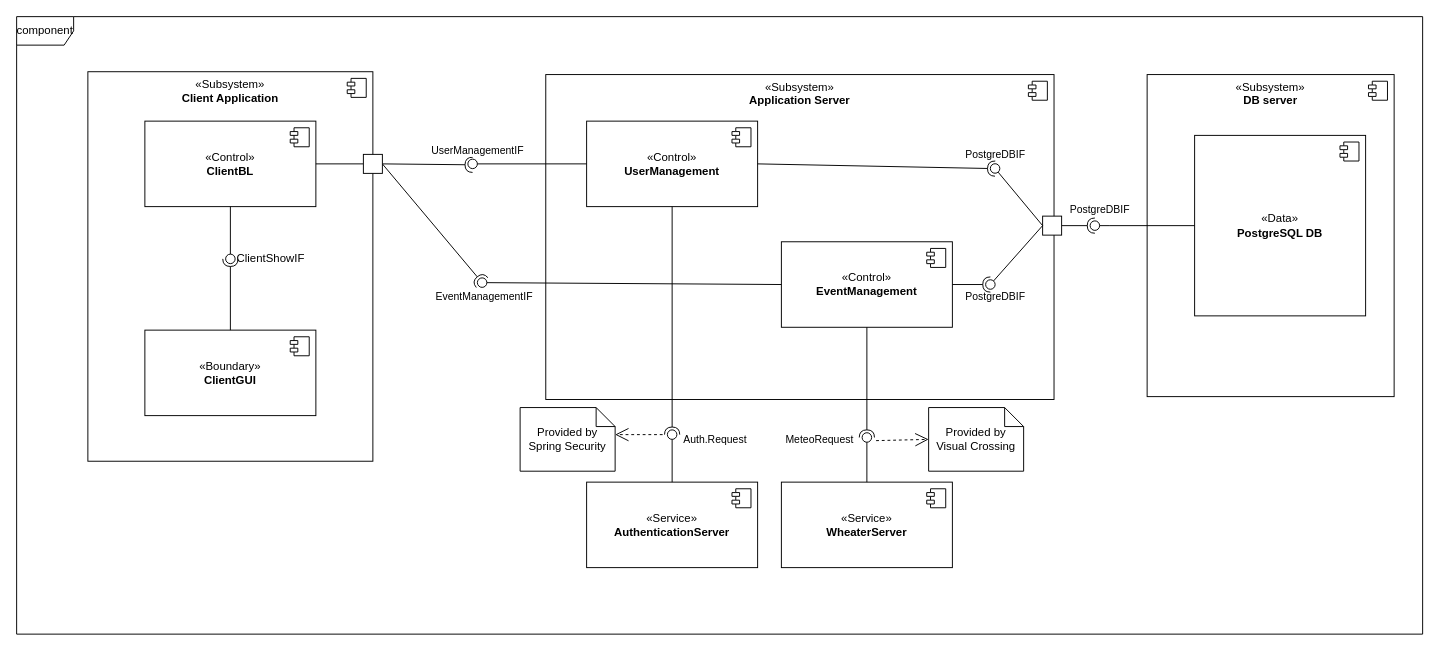
The draw.io diagram Documentazione/Iterazione 1/diagrammi/Component.drawio in sabrin99m/Progetto-PAC-2023-24, before the edit. Source tidied: cells renumbered, new cells numbered last; positions are measured from the earlier drawing's top-left corner, leaving out a move shared by most shapes. Both pictures are drawn from the tidied source at 95%, with x=0, y=0 at pixel (16, 16).
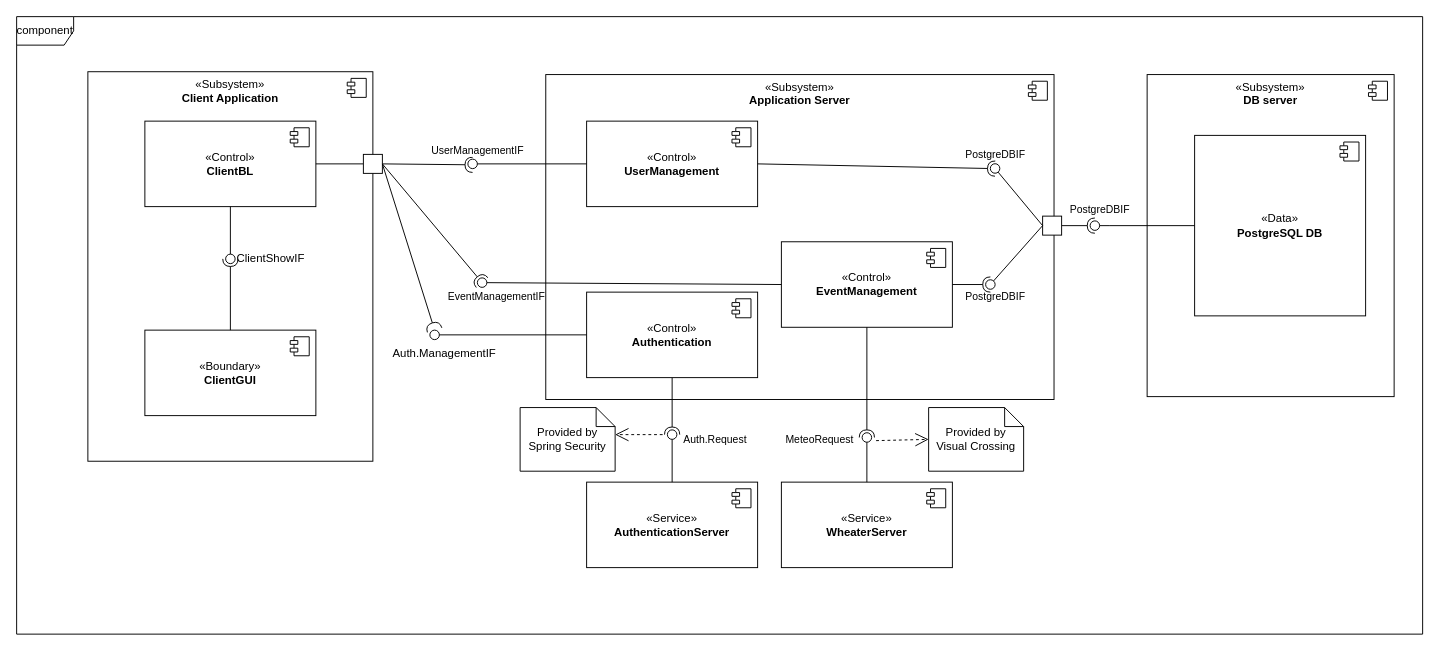
The same diagram, later.

Unchanged cells that the change refers to:
```xml
<mxCell id="12" value="«Control»&lt;br style=&quot;border-color: var(--border-color);&quot;&gt;&lt;b&gt;UserManagement&lt;/b&gt;" style="html=1;whiteSpace=wrap;" parent="1" vertex="1">
  <mxGeometry x="600" y="110" width="180" height="90" as="geometry" />
</mxCell>
<mxCell id="44" style="whiteSpace=wrap;html=1;" parent="1" vertex="1">
  <mxGeometry x="365" y="145" width="20" height="20" as="geometry" />
</mxCell>
```

What changed in the source:
```diff
@@
     <mxCell id="32" value="EventManagementIF" style="text;html=1;align=center;verticalAlign=middle;strokeColor=none;fillColor=none;fontSize=11;" parent="1" vertex="1">
-      <mxGeometry x="427" y="280" width="130" height="30" as="geometry" />
+      <mxGeometry x="440" y="280" width="130" height="30" as="geometry" />
     </mxCell>
@@
-    <mxCell id="50" style="rounded=0;jettySize=auto;html=1;endArrow=halfCircle;endFill=0;endSize=6;strokeWidth=1;sketch=0;exitX=0.5;exitY=1;exitDx=0;exitDy=0;" parent="1" edge="1" source="12">
+    <mxCell id="50" style="rounded=0;jettySize=auto;html=1;endArrow=halfCircle;endFill=0;endSize=6;strokeWidth=1;sketch=0;exitX=0.5;exitY=1;exitDx=0;exitDy=0;" parent="1" edge="1" source="67">
       <mxGeometry relative="1" as="geometry">
         <mxPoint x="690" y="440" as="targetPoint" />
       </mxGeometry>
     </mxCell>
@@
+    <mxCell id="67" value="«Control»&lt;br&gt;&lt;b&gt;Authentication&lt;/b&gt;" style="html=1;whiteSpace=wrap;" parent="1" vertex="1">
+      <mxGeometry x="600" y="290" width="180" height="90" as="geometry" />
+    </mxCell>
+    <mxCell id="68" style="shape=module;jettyWidth=8;jettyHeight=4;" parent="67" vertex="1">
+      <mxGeometry x="1" width="20" height="20" relative="1" as="geometry">
+        <mxPoint x="-27" y="7" as="offset" />
+      </mxGeometry>
+    </mxCell>
+    <mxCell id="69" style="rounded=0;jettySize=auto;html=1;endArrow=halfCircle;endFill=0;endSize=6;strokeWidth=1;sketch=0;exitX=1;exitY=0.5;exitDx=0;exitDy=0;" parent="1" edge="1" source="44">
+      <mxGeometry relative="1" as="geometry">
+        <mxPoint x="440" y="330" as="targetPoint" />
+      </mxGeometry>
+    </mxCell>
+    <mxCell id="70" style="rounded=0;jettySize=auto;html=1;endArrow=oval;endFill=0;sketch=0;sourcePerimeterSpacing=0;targetPerimeterSpacing=0;endSize=10;exitX=0;exitY=0.5;exitDx=0;exitDy=0;" parent="1" edge="1" source="67">
+      <mxGeometry relative="1" as="geometry">
+        <mxPoint x="440" y="335" as="targetPoint" />
+      </mxGeometry>
+    </mxCell>
+    <mxCell id="71" style="ellipse;whiteSpace=wrap;html=1;align=center;fillColor=none;strokeColor=none;perimeter=centerPerimeter;" parent="1" vertex="1">
+      <mxGeometry x="685" y="270" width="10" height="10" as="geometry" />
+    </mxCell>
+    <mxCell id="72" value="Auth.ManagementIF&lt;br&gt;" style="text;html=1;align=center;verticalAlign=middle;strokeColor=none;fillColor=none;" parent="1" vertex="1">
+      <mxGeometry x="385" y="340" width="130" height="30" as="geometry" />
+    </mxCell>
```
